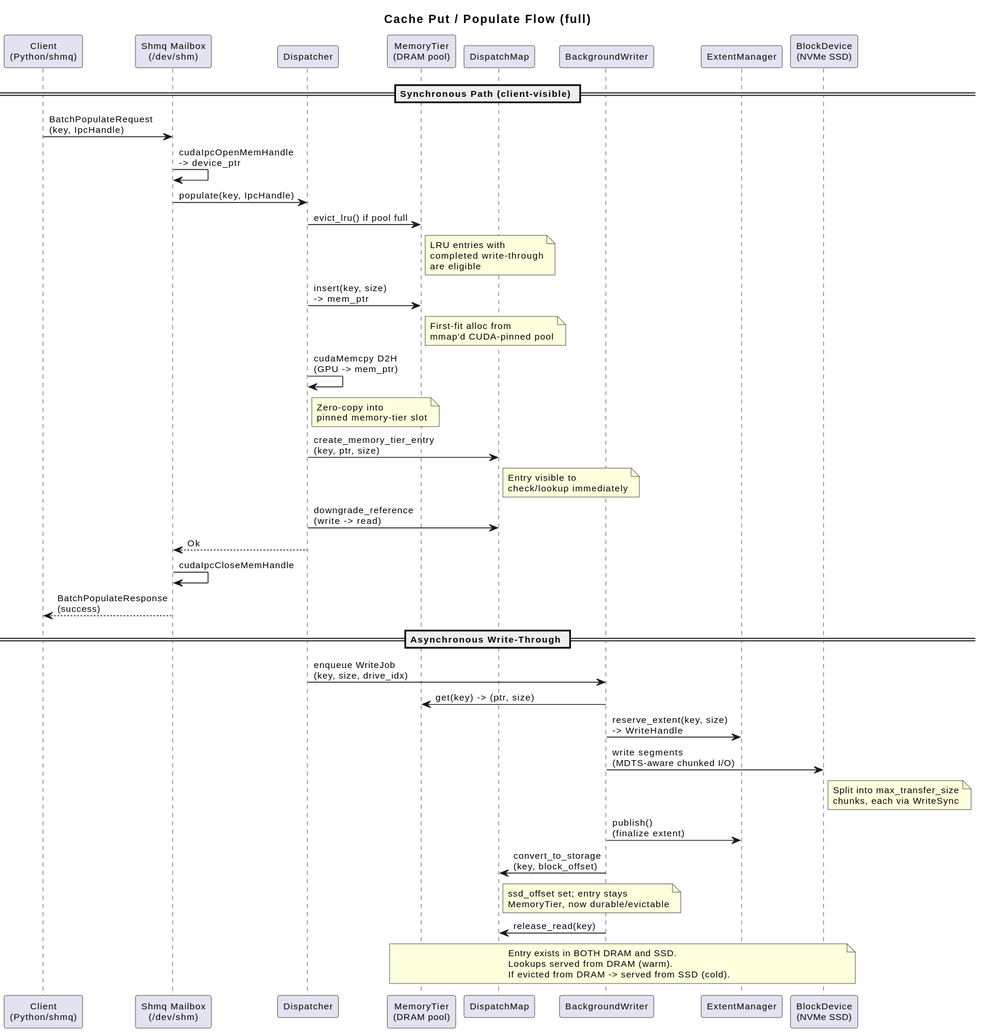
The PlantUML diagram design/profiles/full/design-spec-put-flow.svg in AI-native-Systems-Research/ai-native-storage-certus, before a commit.
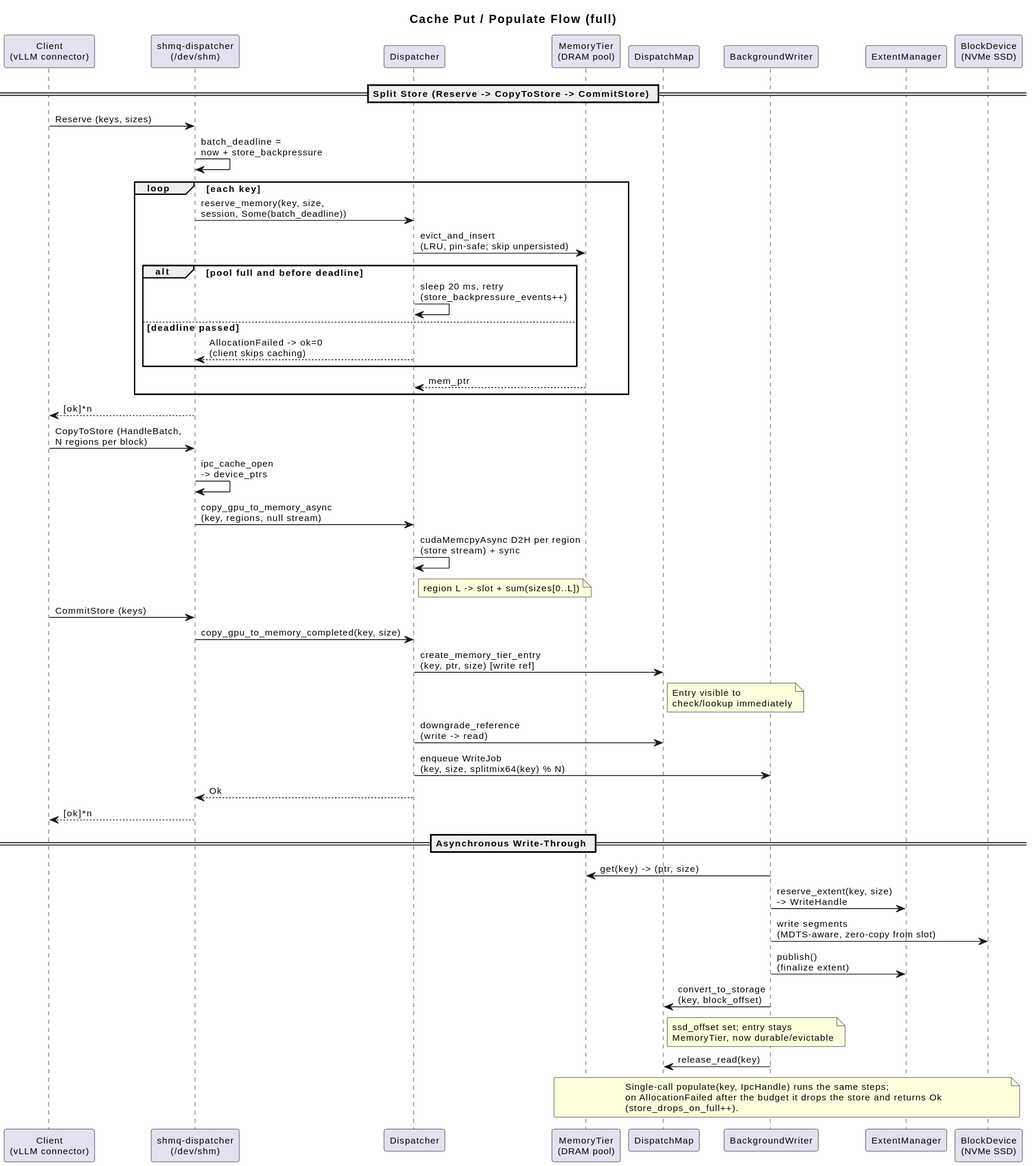
After the change.

The edit, as a diff of the source:
```diff
@@ -4,8 +4,8 @@
 
 title Cache Put / Populate Flow (full)
 
-participant "Client\n(Python/shmq)" as client
-participant "Shmq Mailbox\n(/dev/shm)" as shmq
+participant "Client\n(vLLM connector)" as client
+participant "shmq-dispatcher\n(/dev/shm)" as shmq
 participant "Dispatcher" as disp
 participant "MemoryTier\n(DRAM pool)" as mt
 participant "DispatchMap" as dm
@@ -13,43 +13,46 @@
 participant "ExtentManager" as em
 participant "BlockDevice\n(NVMe SSD)" as ssd
 
-== Synchronous Path (client-visible) ==
+== Split Store (Reserve -> CopyToStore -> CommitStore) ==
 
-client -> shmq: BatchPopulateRequest\n(key, IpcHandle)
-shmq -> shmq: cudaIpcOpenMemHandle\n-> device_ptr
-shmq -> disp: populate(key, IpcHandle)
+client -> shmq: Reserve (keys, sizes)
+shmq -> shmq: batch_deadline =\nnow + store_backpressure
+loop each key
+  shmq -> disp: reserve_memory(key, size,\nsession, Some(batch_deadline))
+  disp -> mt: evict_and_insert\n(LRU, pin-safe; skip unpersisted)
+  alt pool full and before deadline
+    disp -> disp: sleep 20 ms, retry\n(store_backpressure_events++)
+  else deadline passed
+    disp --> shmq: AllocationFailed -> ok=0\n(client skips caching)
+  end
+  mt --> disp: mem_ptr
+end
+shmq --> client: [ok]*n
 
-disp -> mt: evict_lru() if pool full
-note right of mt: LRU entries with\ncompleted write-through\nare eligible
+client -> shmq: CopyToStore (HandleBatch,\nN regions per block)
+shmq -> shmq: ipc_cache_open\n-> device_ptrs
+shmq -> disp: copy_gpu_to_memory_async\n(key, regions, null stream)
+disp -> disp: cudaMemcpyAsync D2H per region\n(store stream) + sync
+note right of disp: region L -> slot + sum(sizes[0..L])
 
-disp -> mt: insert(key, size)\n-> mem_ptr
-note right of mt: First-fit alloc from\nmmap'd CUDA-pinned pool
-
-disp -> disp: cudaMemcpy D2H\n(GPU -> mem_ptr)
-note right of disp: Zero-copy into\npinned memory-tier slot
-
-disp -> dm: create_memory_tier_entry\n(key, ptr, size)
+client -> shmq: CommitStore (keys)
+shmq -> disp: copy_gpu_to_memory_completed(key, size)
+disp -> dm: create_memory_tier_entry\n(key, ptr, size) [write ref]
 note right of dm: Entry visible to\ncheck/lookup immediately
-
 disp -> dm: downgrade_reference\n(write -> read)
-
+disp -> bgw: enqueue WriteJob\n(key, size, splitmix64(key) % N)
 disp --> shmq: Ok
-shmq -> shmq: cudaIpcCloseMemHandle
-shmq --> client: BatchPopulateResponse\n(success)
+shmq --> client: [ok]*n
 
 == Asynchronous Write-Through ==
 
-disp -> bgw: enqueue WriteJob\n(key, size, drive_idx)
 bgw -> mt: get(key) -> (ptr, size)
 bgw -> em: reserve_extent(key, size)\n-> WriteHandle
-bgw -> ssd: write segments\n(MDTS-aware chunked I/O)
-note right of ssd: Split into max_transfer_size\nchunks, each via WriteSync
-
+bgw -> ssd: write segments\n(MDTS-aware, zero-copy from slot)
 bgw -> em: publish()\n(finalize extent)
 bgw -> dm: convert_to_storage\n(key, block_offset)
 note right of dm: ssd_offset set; entry stays\nMemoryTier, now durable/evictable
-
 bgw -> dm: release_read(key)
 
-note over mt, ssd: Entry exists in BOTH DRAM and SSD.\nLookups served from DRAM (warm).\nIf evicted from DRAM -> served from SSD (cold).
+note over mt, ssd: Single-call populate(key, IpcHandle) runs the same steps;\non AllocationFailed after the budget it drops the store and returns Ok\n(store_drops_on_full++).
 @enduml
```
